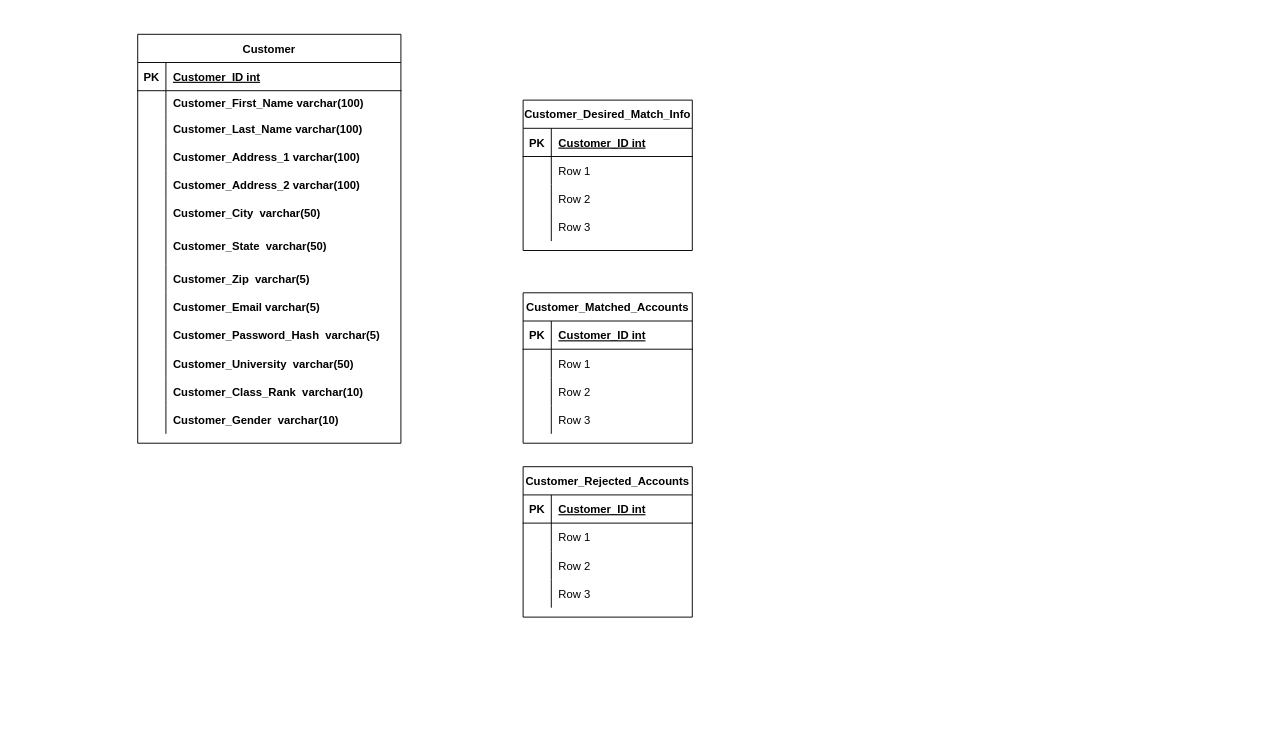
Above: Planning docs/AccountDatabaseDiagram.drawio in zhowez/ecomerce (draw.io), before the change. Source tidied: cells renumbered, new cells numbered last; positions are measured from the earlier drawing's top-left corner, leaving out a move shared by most shapes. Both pictures are drawn from the tidied source at 94%, with x=0, y=0 at pixel (137, 34).
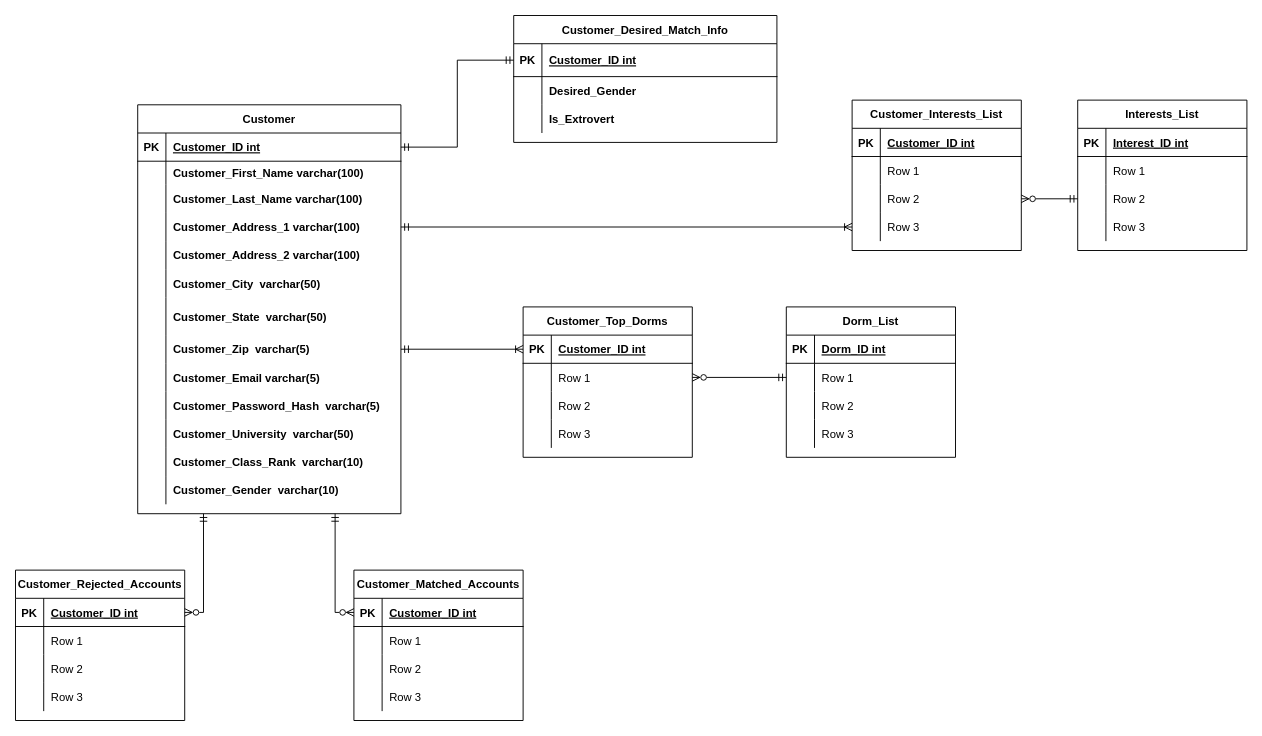
After the change.

The change refers to these unchanged cells:
```xml
<mxCell id="3" style="shape=tableRow;horizontal=0;startSize=0;swimlaneHead=0;swimlaneBody=0;fillColor=none;points=[[0,0.5],[1,0.5]];portConstraint=eastwest;top=0;left=0;right=0;bottom=1;" parent="2" vertex="1">
  <mxGeometry y="30" width="280" height="30" as="geometry" />
</mxCell>
<mxCell id="12" style="shape=tableRow;horizontal=0;startSize=0;swimlaneHead=0;swimlaneBody=0;fillColor=none;points=[[0,0.5],[1,0.5]];portConstraint=eastwest;top=0;left=0;right=0;bottom=0;" parent="2" vertex="1">
  <mxGeometry y="115" width="280" height="30" as="geometry" />
</mxCell>
<mxCell id="24" style="shape=tableRow;horizontal=0;startSize=0;swimlaneHead=0;swimlaneBody=0;fillColor=none;points=[[0,0.5],[1,0.5]];portConstraint=eastwest;top=0;left=0;right=0;bottom=0;" parent="2" vertex="1">
  <mxGeometry y="245" width="280" height="30" as="geometry" />
</mxCell>
<mxCell id="56" style="shape=tableRow;horizontal=0;startSize=0;swimlaneHead=0;swimlaneBody=0;fillColor=none;points=[[0,0.5],[1,0.5]];portConstraint=eastwest;top=0;left=0;right=0;bottom=1;" parent="55" vertex="1">
  <mxGeometry y="30" width="180" height="30" as="geometry" />
</mxCell>
<mxCell id="69" style="shape=tableRow;horizontal=0;startSize=0;swimlaneHead=0;swimlaneBody=0;fillColor=none;points=[[0,0.5],[1,0.5]];portConstraint=eastwest;top=0;left=0;right=0;bottom=1;" parent="68" vertex="1">
  <mxGeometry y="30" width="180" height="30" as="geometry" />
</mxCell>
```

What changed in the source:
```diff
@@
+    <mxCell id="81" style="edgeStyle=orthogonalEdgeStyle;rounded=0;jettySize=auto;html=1;exitX=0.25;exitY=1;exitDx=0;exitDy=0;entryX=1;entryY=0.5;entryDx=0;entryDy=0;startArrow=ERmandOne;startFill=0;endArrow=ERzeroToMany;endFill=0;" parent="1" edge="1" source="2" target="69">
+      <mxGeometry relative="1" as="geometry" />
+    </mxCell>
     <mxCell id="2" value="Customer" style="shape=table;startSize=30;childLayout=tableLayout;rowLines=0;fontStyle=1;align=center;" parent="1" vertex="1">
-      <mxGeometry width="280" height="435" as="geometry" />
+      <mxGeometry y="75" width="280" height="435" as="geometry" />
     </mxCell>
@@
     <mxCell id="42" value="Customer_Desired_Match_Info" style="shape=table;startSize=30;childLayout=tableLayout;rowLines=0;fontStyle=1;align=center;" parent="1" vertex="1">
-      <mxGeometry x="410" y="70" width="180" height="160" as="geometry" />
+      <mxGeometry x="400" y="-20" width="280" height="135" as="geometry" />
     </mxCell>
     <mxCell id="43" style="shape=tableRow;horizontal=0;startSize=0;swimlaneHead=0;swimlaneBody=0;fillColor=none;points=[[0,0.5],[1,0.5]];portConstraint=eastwest;top=0;left=0;right=0;bottom=1;" parent="42" vertex="1">
-      <mxGeometry y="30" width="180" height="30" as="geometry" />
+      <mxGeometry y="30" width="280" height="35" as="geometry" />
     </mxCell>
     <mxCell id="44" value="PK" style="shape=partialRectangle;fillColor=none;top=0;left=0;bottom=0;right=0;fontStyle=1;overflow=hidden;" parent="43" vertex="1">
-      <mxGeometry width="30" height="30" as="geometry" />
+      <mxGeometry width="30" height="35" as="geometry" />
     </mxCell>
     <mxCell id="45" value="Customer_ID int" style="shape=partialRectangle;fillColor=none;top=0;left=0;bottom=0;right=0;align=left;spacingLeft=6;fontStyle=5;overflow=hidden;" parent="43" vertex="1">
-      <mxGeometry x="30" width="150" height="30" as="geometry" />
+      <mxGeometry x="30" width="250" height="35" as="geometry" />
     </mxCell>
     <mxCell id="46" style="shape=tableRow;horizontal=0;startSize=0;swimlaneHead=0;swimlaneBody=0;fillColor=none;top=0;left=0;right=0;bottom=0;" parent="42" vertex="1">
-      <mxGeometry y="60" width="180" height="30" as="geometry" />
+      <mxGeometry y="65" width="280" height="30" as="geometry" />
     </mxCell>
@@
-    <mxCell id="48" value="Row 1" style="shape=partialRectangle;fillColor=none;top=0;left=0;bottom=0;right=0;align=left;spacingLeft=6;overflow=hidden;" parent="46" vertex="1">
-      <mxGeometry x="30" width="150" height="30" as="geometry" />
+    <mxCell id="48" value="Desired_Gender" style="shape=partialRectangle;fillColor=none;top=0;left=0;bottom=0;right=0;align=left;spacingLeft=6;overflow=hidden;fontStyle=1;" parent="46" vertex="1">
+      <mxGeometry x="30" width="250" height="30" as="geometry" />
     </mxCell>
     <mxCell id="49" style="shape=tableRow;horizontal=0;startSize=0;swimlaneHead=0;swimlaneBody=0;fillColor=none;top=0;left=0;right=0;bottom=0;" parent="42" vertex="1">
-      <mxGeometry y="90" width="180" height="30" as="geometry" />
+      <mxGeometry y="95" width="280" height="30" as="geometry" />
     </mxCell>
@@
-    <mxCell id="51" value="Row 2" style="shape=partialRectangle;fillColor=none;top=0;left=0;bottom=0;right=0;align=left;spacingLeft=6;overflow=hidden;" parent="49" vertex="1">
-      <mxGeometry x="30" width="150" height="30" as="geometry" />
+    <mxCell id="51" value="Is_Extrovert" style="shape=partialRectangle;fillColor=none;top=0;left=0;bottom=0;right=0;align=left;spacingLeft=6;overflow=hidden;fontStyle=1;" parent="49" vertex="1">
+      <mxGeometry x="30" width="250" height="30" as="geometry" />
     </mxCell>
-    <mxCell id="52" style="shape=tableRow;horizontal=0;startSize=0;swimlaneHead=0;swimlaneBody=0;fillColor=none;top=0;left=0;right=0;bottom=0;" parent="42" vertex="1">
-      <mxGeometry y="120" width="180" height="30" as="geometry" />
-    </mxCell>
-    <mxCell id="53" style="shape=partialRectangle;fillColor=none;top=0;left=0;bottom=0;right=0;overflow=hidden;" parent="52" vertex="1">
-      <mxGeometry width="30" height="30" as="geometry" />
-    </mxCell>
-    <mxCell id="54" value="Row 3" style="shape=partialRectangle;fillColor=none;top=0;left=0;bottom=0;right=0;align=left;spacingLeft=6;overflow=hidden;" parent="52" vertex="1">
-      <mxGeometry x="30" width="150" height="30" as="geometry" />
-    </mxCell>
     <mxCell id="55" value="Customer_Matched_Accounts" style="shape=table;startSize=30;childLayout=tableLayout;rowLines=0;fontStyle=1;align=center;" parent="1" vertex="1">
-      <mxGeometry x="410" y="275" width="180" height="160" as="geometry" />
+      <mxGeometry x="230" y="570" width="180" height="160" as="geometry" />
     </mxCell>
@@
     <mxCell id="68" value="Customer_Rejected_Accounts" style="shape=table;startSize=30;childLayout=tableLayout;rowLines=0;fontStyle=1;align=center;" parent="1" vertex="1">
-      <mxGeometry x="410" y="460" width="180" height="160" as="geometry" />
+      <mxGeometry x="-130" y="570" width="180" height="160" as="geometry" />
     </mxCell>
@@
+    <mxCell id="82" value="Customer_Top_Dorms" style="shape=table;startSize=30;childLayout=tableLayout;rowLines=0;fontStyle=1;align=center;" parent="1" vertex="1">
+      <mxGeometry x="410" y="290" width="180" height="160" as="geometry" />
+    </mxCell>
+    <mxCell id="83" style="shape=tableRow;horizontal=0;startSize=0;swimlaneHead=0;swimlaneBody=0;fillColor=none;points=[[0,0.5],[1,0.5]];portConstraint=eastwest;top=0;left=0;right=0;bottom=1;" parent="82" vertex="1">
+      <mxGeometry y="30" width="180" height="30" as="geometry" />
+    </mxCell>
+    <mxCell id="84" value="PK" style="shape=partialRectangle;fillColor=none;top=0;left=0;bottom=0;right=0;fontStyle=1;overflow=hidden;" parent="83" vertex="1">
+      <mxGeometry width="30" height="30" as="geometry" />
+    </mxCell>
+    <mxCell id="85" value="Customer_ID int" style="shape=partialRectangle;fillColor=none;top=0;left=0;bottom=0;right=0;align=left;spacingLeft=6;fontStyle=5;overflow=hidden;" parent="83" vertex="1">
+      <mxGeometry x="30" width="150" height="30" as="geometry" />
+    </mxCell>
+    <mxCell id="86" style="shape=tableRow;horizontal=0;startSize=0;swimlaneHead=0;swimlaneBody=0;fillColor=none;points=[[0,0.5],[1,0.5]];portConstraint=eastwest;top=0;left=0;right=0;bottom=0;" parent="82" vertex="1">
+      <mxGeometry y="60" width="180" height="30" as="geometry" />
+    </mxCell>
+    <mxCell id="87" style="shape=partialRectangle;fillColor=none;top=0;left=0;bottom=0;right=0;overflow=hidden;" parent="86" vertex="1">
+      <mxGeometry width="30" height="30" as="geometry" />
+    </mxCell>
+    <mxCell id="88" value="Row 1" style="shape=partialRectangle;fillColor=none;top=0;left=0;bottom=0;right=0;align=left;spacingLeft=6;overflow=hidden;" parent="86" vertex="1">
+      <mxGeometry x="30" width="150" height="30" as="geometry" />
+    </mxCell>
+    <mxCell id="89" style="shape=tableRow;horizontal=0;startSize=0;swimlaneHead=0;swimlaneBody=0;fillColor=none;top=0;left=0;right=0;bottom=0;" parent="82" vertex="1">
+      <mxGeometry y="90" width="180" height="30" as="geometry" />
+    </mxCell>
+    <mxCell id="90" style="shape=partialRectangle;fillColor=none;top=0;left=0;bottom=0;right=0;overflow=hidden;" parent="89" vertex="1">
+      <mxGeometry width="30" height="30" as="geometry" />
+    </mxCell>
+    <mxCell id="91" value="Row 2" style="shape=partialRectangle;fillColor=none;top=0;left=0;bottom=0;right=0;align=left;spacingLeft=6;overflow=hidden;" parent="89" vertex="1">
+      <mxGeometry x="30" width="150" height="30" as="geometry" />
+    </mxCell>
+    <mxCell id="92" style="shape=tableRow;horizontal=0;startSize=0;swimlaneHead=0;swimlaneBody=0;fillColor=none;top=0;left=0;right=0;bottom=0;" parent="82" vertex="1">
+      <mxGeometry y="120" width="180" height="30" as="geometry" />
+    </mxCell>
+    <mxCell id="93" style="shape=partialRectangle;fillColor=none;top=0;left=0;bottom=0;right=0;overflow=hidden;" parent="92" vertex="1">
+      <mxGeometry width="30" height="30" as="geometry" />
+    </mxCell>
+    <mxCell id="94" value="Row 3" style="shape=partialRectangle;fillColor=none;top=0;left=0;bottom=0;right=0;align=left;spacingLeft=6;overflow=hidden;" parent="92" vertex="1">
+      <mxGeometry x="30" width="150" height="30" as="geometry" />
+    </mxCell>
+    <mxCell id="95" value="Dorm_List" style="shape=table;startSize=30;childLayout=tableLayout;rowLines=0;fontStyle=1;align=center;" parent="1" vertex="1">
+      <mxGeometry x="690" y="290" width="180" height="160" as="geometry" />
+    </mxCell>
+    <mxCell id="96" style="shape=tableRow;horizontal=0;startSize=0;swimlaneHead=0;swimlaneBody=0;fillColor=none;top=0;left=0;right=0;bottom=1;" parent="95" vertex="1">
+      <mxGeometry y="30" width="180" height="30" as="geometry" />
+    </mxCell>
+    <mxCell id="97" value="PK" style="shape=partialRectangle;fillColor=none;top=0;left=0;bottom=0;right=0;fontStyle=1;overflow=hidden;" parent="96" vertex="1">
+      <mxGeometry width="30" height="30" as="geometry" />
+    </mxCell>
+    <mxCell id="98" value="Dorm_ID int" style="shape=partialRectangle;fillColor=none;top=0;left=0;bottom=0;right=0;align=left;spacingLeft=6;fontStyle=5;overflow=hidden;" parent="96" vertex="1">
+      <mxGeometry x="30" width="150" height="30" as="geometry" />
+    </mxCell>
+    <mxCell id="99" style="shape=tableRow;horizontal=0;startSize=0;swimlaneHead=0;swimlaneBody=0;fillColor=none;points=[[0,0.5],[1,0.5]];portConstraint=eastwest;top=0;left=0;right=0;bottom=0;" parent="95" vertex="1">
+      <mxGeometry y="60" width="180" height="30" as="geometry" />
+    </mxCell>
+    <mxCell id="100" style="shape=partialRectangle;fillColor=none;top=0;left=0;bottom=0;right=0;overflow=hidden;" parent="99" vertex="1">
+      <mxGeometry width="30" height="30" as="geometry" />
+    </mxCell>
+    <mxCell id="101" value="Row 1" style="shape=partialRectangle;fillColor=none;top=0;left=0;bottom=0;right=0;align=left;spacingLeft=6;overflow=hidden;" parent="99" vertex="1">
+      <mxGeometry x="30" width="150" height="30" as="geometry" />
+    </mxCell>
+    <mxCell id="102" style="shape=tableRow;horizontal=0;startSize=0;swimlaneHead=0;swimlaneBody=0;fillColor=none;top=0;left=0;right=0;bottom=0;" parent="95" vertex="1">
+      <mxGeometry y="90" width="180" height="30" as="geometry" />
+    </mxCell>
+    <mxCell id="103" style="shape=partialRectangle;fillColor=none;top=0;left=0;bottom=0;right=0;overflow=hidden;" parent="102" vertex="1">
+      <mxGeometry width="30" height="30" as="geometry" />
+    </mxCell>
+    <mxCell id="104" value="Row 2" style="shape=partialRectangle;fillColor=none;top=0;left=0;bottom=0;right=0;align=left;spacingLeft=6;overflow=hidden;" parent="102" vertex="1">
+      <mxGeometry x="30" width="150" height="30" as="geometry" />
+    </mxCell>
+    <mxCell id="105" style="shape=tableRow;horizontal=0;startSize=0;swimlaneHead=0;swimlaneBody=0;fillColor=none;top=0;left=0;right=0;bottom=0;" parent="95" vertex="1">
+      <mxGeometry y="120" width="180" height="30" as="geometry" />
+    </mxCell>
+    <mxCell id="106" style="shape=partialRectangle;fillColor=none;top=0;left=0;bottom=0;right=0;overflow=hidden;" parent="105" vertex="1">
+      <mxGeometry width="30" height="30" as="geometry" />
+    </mxCell>
+    <mxCell id="107" value="Row 3" style="shape=partialRectangle;fillColor=none;top=0;left=0;bottom=0;right=0;align=left;spacingLeft=6;overflow=hidden;" parent="105" vertex="1">
+      <mxGeometry x="30" width="150" height="30" as="geometry" />
+    </mxCell>
+    <mxCell id="108" value="Interests_List" style="shape=table;startSize=30;childLayout=tableLayout;rowLines=0;fontStyle=1;align=center;" parent="1" vertex="1">
+      <mxGeometry x="1000" y="70" width="180" height="160" as="geometry" />
+    </mxCell>
+    <mxCell id="109" style="shape=tableRow;horizontal=0;startSize=0;swimlaneHead=0;swimlaneBody=0;fillColor=none;top=0;left=0;right=0;bottom=1;" parent="108" vertex="1">
+      <mxGeometry y="30" width="180" height="30" as="geometry" />
+    </mxCell>
+    <mxCell id="110" value="PK" style="shape=partialRectangle;fillColor=none;top=0;left=0;bottom=0;right=0;fontStyle=1;overflow=hidden;" parent="109" vertex="1">
+      <mxGeometry width="30" height="30" as="geometry" />
+    </mxCell>
+    <mxCell id="111" value="Interest_ID int" style="shape=partialRectangle;fillColor=none;top=0;left=0;bottom=0;right=0;align=left;spacingLeft=6;fontStyle=5;overflow=hidden;" parent="109" vertex="1">
+      <mxGeometry x="30" width="150" height="30" as="geometry" />
+    </mxCell>
+    <mxCell id="112" style="shape=tableRow;horizontal=0;startSize=0;swimlaneHead=0;swimlaneBody=0;fillColor=none;top=0;left=0;right=0;bottom=0;" parent="108" vertex="1">
+      <mxGeometry y="60" width="180" height="30" as="geometry" />
+    </mxCell>
+    <mxCell id="113" style="shape=partialRectangle;fillColor=none;top=0;left=0;bottom=0;right=0;overflow=hidden;" parent="112" vertex="1">
+      <mxGeometry width="30" height="30" as="geometry" />
+    </mxCell>
+    <mxCell id="114" value="Row 1" style="shape=partialRectangle;fillColor=none;top=0;left=0;bottom=0;right=0;align=left;spacingLeft=6;overflow=hidden;" parent="112" vertex="1">
+      <mxGeometry x="30" width="150" height="30" as="geometry" />
+    </mxCell>
+    <mxCell id="115" style="shape=tableRow;horizontal=0;startSize=0;swimlaneHead=0;swimlaneBody=0;fillColor=none;points=[[0,0.5],[1,0.5]];portConstraint=eastwest;top=0;left=0;right=0;bottom=0;" parent="108" vertex="1">
+      <mxGeometry y="90" width="180" height="30" as="geometry" />
+    </mxCell>
+    <mxCell id="116" style="shape=partialRectangle;fillColor=none;top=0;left=0;bottom=0;right=0;overflow=hidden;" parent="115" vertex="1">
+      <mxGeometry width="30" height="30" as="geometry" />
+    </mxCell>
+    <mxCell id="117" value="Row 2" style="shape=partialRectangle;fillColor=none;top=0;left=0;bottom=0;right=0;align=left;spacingLeft=6;overflow=hidden;" parent="115" vertex="1">
+      <mxGeometry x="30" width="150" height="30" as="geometry" />
+    </mxCell>
+    <mxCell id="118" style="shape=tableRow;horizontal=0;startSize=0;swimlaneHead=0;swimlaneBody=0;fillColor=none;top=0;left=0;right=0;bottom=0;" parent="108" vertex="1">
+      <mxGeometry y="120" width="180" height="30" as="geometry" />
+    </mxCell>
+    <mxCell id="119" style="shape=partialRectangle;fillColor=none;top=0;left=0;bottom=0;right=0;overflow=hidden;" parent="118" vertex="1">
+      <mxGeometry width="30" height="30" as="geometry" />
+    </mxCell>
+    <mxCell id="120" value="Row 3" style="shape=partialRectangle;fillColor=none;top=0;left=0;bottom=0;right=0;align=left;spacingLeft=6;overflow=hidden;" parent="118" vertex="1">
+      <mxGeometry x="30" width="150" height="30" as="geometry" />
+    </mxCell>
+    <mxCell id="121" value="Customer_Interests_List" style="shape=table;startSize=30;childLayout=tableLayout;rowLines=0;fontStyle=1;align=center;" parent="1" vertex="1">
+      <mxGeometry x="760" y="70" width="180" height="160" as="geometry" />
+    </mxCell>
+    <mxCell id="122" style="shape=tableRow;horizontal=0;startSize=0;swimlaneHead=0;swimlaneBody=0;fillColor=none;top=0;left=0;right=0;bottom=1;" parent="121" vertex="1">
+      <mxGeometry y="30" width="180" height="30" as="geometry" />
+    </mxCell>
+    <mxCell id="123" value="PK" style="shape=partialRectangle;fillColor=none;top=0;left=0;bottom=0;right=0;fontStyle=1;overflow=hidden;" parent="122" vertex="1">
+      <mxGeometry width="30" height="30" as="geometry" />
+    </mxCell>
+    <mxCell id="124" value="Customer_ID int" style="shape=partialRectangle;fillColor=none;top=0;left=0;bottom=0;right=0;align=left;spacingLeft=6;fontStyle=5;overflow=hidden;" parent="122" vertex="1">
+      <mxGeometry x="30" width="150" height="30" as="geometry" />
+    </mxCell>
+    <mxCell id="125" style="shape=tableRow;horizontal=0;startSize=0;swimlaneHead=0;swimlaneBody=0;fillColor=none;top=0;left=0;right=0;bottom=0;" parent="121" vertex="1">
+      <mxGeometry y="60" width="180" height="30" as="geometry" />
+    </mxCell>
+    <mxCell id="126" style="shape=partialRectangle;fillColor=none;top=0;left=0;bottom=0;right=0;overflow=hidden;" parent="125" vertex="1">
+      <mxGeometry width="30" height="30" as="geometry" />
+    </mxCell>
+    <mxCell id="127" value="Row 1" style="shape=partialRectangle;fillColor=none;top=0;left=0;bottom=0;right=0;align=left;spacingLeft=6;overflow=hidden;" parent="125" vertex="1">
+      <mxGeometry x="30" width="150" height="30" as="geometry" />
+    </mxCell>
+    <mxCell id="128" style="shape=tableRow;horizontal=0;startSize=0;swimlaneHead=0;swimlaneBody=0;fillColor=none;points=[[0,0.5],[1,0.5]];portConstraint=eastwest;top=0;left=0;right=0;bottom=0;" parent="121" vertex="1">
+      <mxGeometry y="90" width="180" height="30" as="geometry" />
+    </mxCell>
+    <mxCell id="129" style="shape=partialRectangle;fillColor=none;top=0;left=0;bottom=0;right=0;overflow=hidden;" parent="128" vertex="1">
+      <mxGeometry width="30" height="30" as="geometry" />
+    </mxCell>
+    <mxCell id="130" value="Row 2" style="shape=partialRectangle;fillColor=none;top=0;left=0;bottom=0;right=0;align=left;spacingLeft=6;overflow=hidden;" parent="128" vertex="1">
+      <mxGeometry x="30" width="150" height="30" as="geometry" />
+    </mxCell>
+    <mxCell id="131" style="shape=tableRow;horizontal=0;startSize=0;swimlaneHead=0;swimlaneBody=0;fillColor=none;points=[[0,0.5],[1,0.5]];portConstraint=eastwest;top=0;left=0;right=0;bottom=0;" parent="121" vertex="1">
+      <mxGeometry y="120" width="180" height="30" as="geometry" />
+    </mxCell>
+    <mxCell id="132" style="shape=partialRectangle;fillColor=none;top=0;left=0;bottom=0;right=0;overflow=hidden;" parent="131" vertex="1">
+      <mxGeometry width="30" height="30" as="geometry" />
+    </mxCell>
+    <mxCell id="133" value="Row 3" style="shape=partialRectangle;fillColor=none;top=0;left=0;bottom=0;right=0;align=left;spacingLeft=6;overflow=hidden;" parent="131" vertex="1">
+      <mxGeometry x="30" width="150" height="30" as="geometry" />
+    </mxCell>
+    <mxCell id="134" style="edgeStyle=orthogonalEdgeStyle;rounded=0;jettySize=auto;html=1;exitX=1;exitY=0.5;exitDx=0;exitDy=0;entryX=0;entryY=0.5;entryDx=0;entryDy=0;startArrow=ERmandOne;startFill=0;endArrow=ERmandOne;endFill=0;" parent="1" edge="1" source="3" target="43">
+      <mxGeometry relative="1" as="geometry" />
+    </mxCell>
+    <mxCell id="135" style="edgeStyle=orthogonalEdgeStyle;rounded=0;jettySize=auto;html=1;exitX=1;exitY=0.5;exitDx=0;exitDy=0;startArrow=ERmandOne;startFill=0;endArrow=ERoneToMany;endFill=0;" parent="1" edge="1" source="12" target="131">
+      <mxGeometry relative="1" as="geometry" />
+    </mxCell>
+    <mxCell id="136" style="edgeStyle=orthogonalEdgeStyle;rounded=0;jettySize=auto;html=1;exitX=1;exitY=0.5;exitDx=0;exitDy=0;entryX=0;entryY=0.5;entryDx=0;entryDy=0;startArrow=ERzeroToMany;startFill=0;endArrow=ERmandOne;endFill=0;" parent="1" edge="1" source="128" target="115">
+      <mxGeometry relative="1" as="geometry" />
+    </mxCell>
+    <mxCell id="137" style="edgeStyle=orthogonalEdgeStyle;rounded=0;jettySize=auto;html=1;exitX=1;exitY=0.5;exitDx=0;exitDy=0;entryX=0;entryY=0.5;entryDx=0;entryDy=0;startArrow=ERmandOne;startFill=0;endArrow=ERoneToMany;endFill=0;" parent="1" edge="1" source="24" target="83">
+      <mxGeometry relative="1" as="geometry" />
+    </mxCell>
+    <mxCell id="138" style="edgeStyle=orthogonalEdgeStyle;rounded=0;jettySize=auto;html=1;exitX=1;exitY=0.5;exitDx=0;exitDy=0;entryX=0;entryY=0.5;entryDx=0;entryDy=0;startArrow=ERzeroToMany;startFill=0;endArrow=ERmandOne;endFill=0;" parent="1" edge="1" source="86" target="99">
+      <mxGeometry relative="1" as="geometry" />
+    </mxCell>
+    <mxCell id="139" style="edgeStyle=orthogonalEdgeStyle;rounded=0;jettySize=auto;html=1;exitX=0;exitY=0.5;exitDx=0;exitDy=0;entryX=0.75;entryY=1;entryDx=0;entryDy=0;startArrow=ERzeroToMany;startFill=0;endArrow=ERmandOne;endFill=0;" parent="1" edge="1" source="56" target="2">
+      <mxGeometry relative="1" as="geometry" />
+    </mxCell>
```
